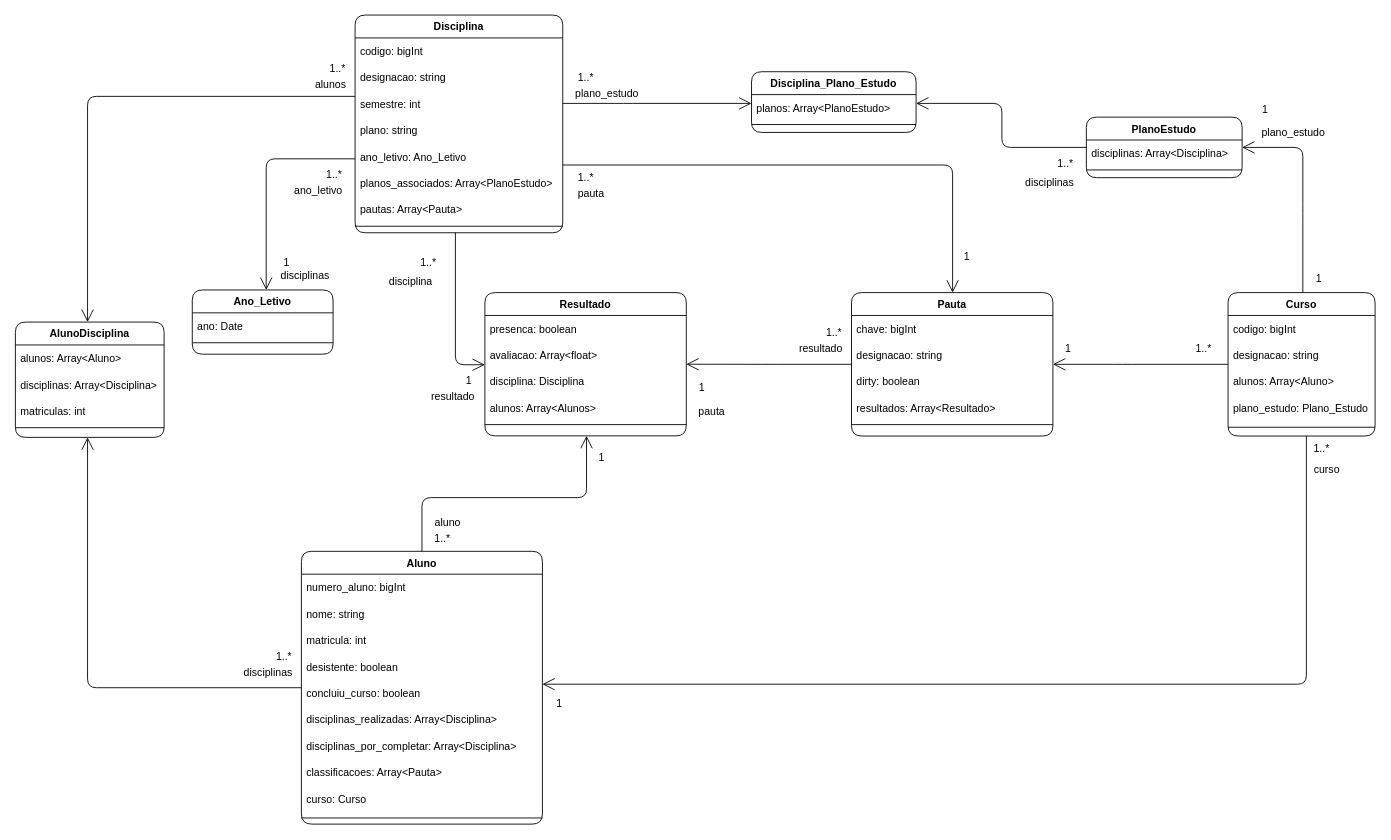
This is page "Domain" (1 of 2) of Docs/Diagrams.drawio from ruimpcastro/pweb2022, a draw.io file, before an edit. Source tidied: cells renumbered, new cells numbered last; positions are measured from the earlier drawing's top-left corner, leaving out a move shared by most shapes. Both pictures are drawn from the tidied source at 88%, with x=0, y=0 at pixel (15, 15).
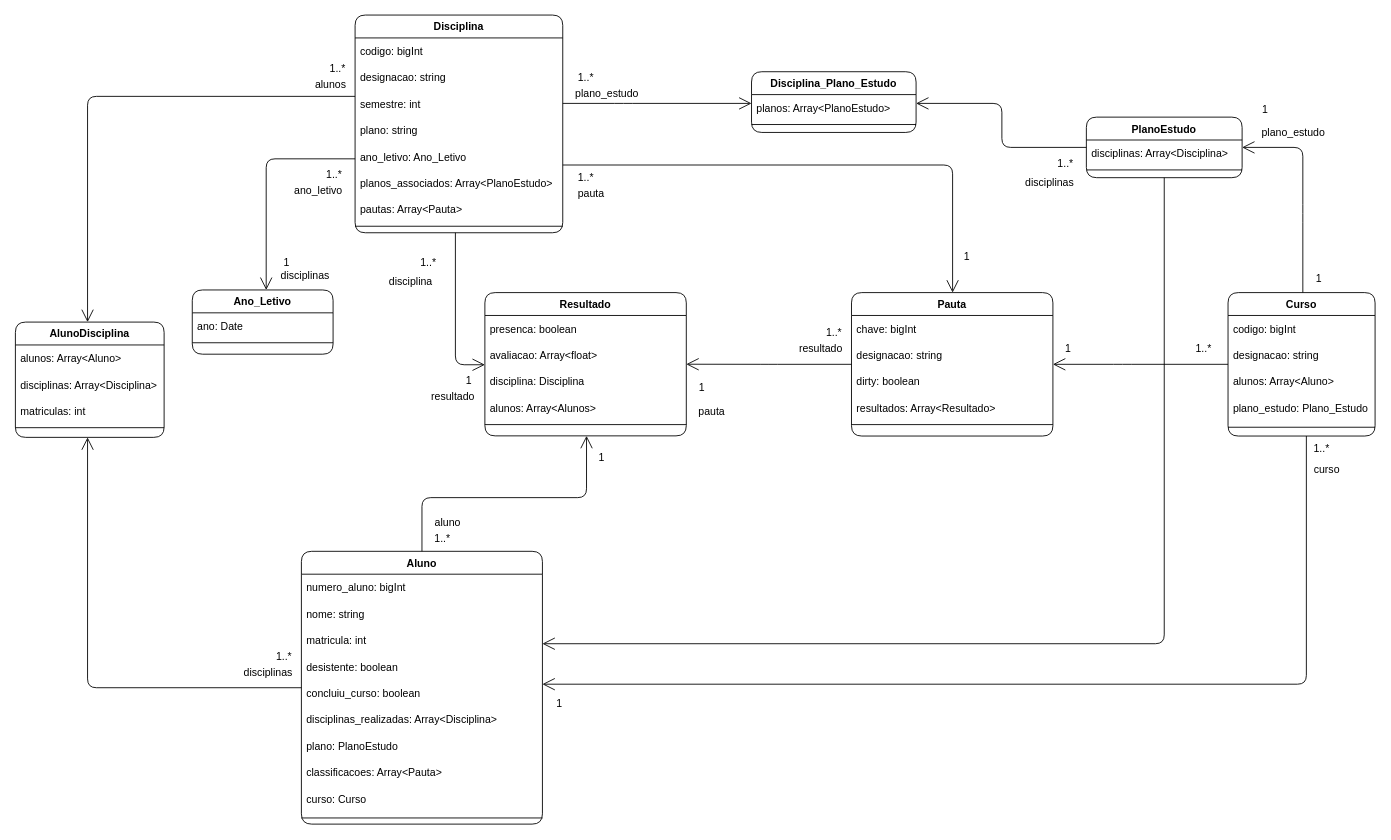
The same diagram, later.

Unchanged cells that the change refers to:
```xml
<mxCell id="2" value="Aluno" style="swimlane;fontStyle=1;align=center;verticalAlign=top;horizontal=1;startSize=26;shadow=0;strokeWidth=1;rounded=1;" parent="1" vertex="1">
  <mxGeometry x="325" y="609" width="273.9" height="310" as="geometry" />
</mxCell>
<mxCell id="28" value="PlanoEstudo" style="swimlane;fontStyle=1;align=center;verticalAlign=top;horizontal=1;startSize=26;shadow=0;strokeWidth=1;rounded=1;" parent="1" vertex="1">
  <mxGeometry x="1217" y="115.6" width="177" height="68.8" as="geometry" />
</mxCell>
```

The edit, as a diff of the source:
```diff
@@
-    <mxCell id="9" value="disciplinas_por_completar: Array&lt;Disciplina&gt;" style="text;strokeColor=none;fillColor=none;align=left;verticalAlign=middle;spacingLeft=4;spacingRight=4;overflow=hidden;rounded=1;" parent="2" vertex="1">
+    <mxCell id="9" value="plano: PlanoEstudo" style="text;strokeColor=none;fillColor=none;align=left;verticalAlign=middle;spacingLeft=4;spacingRight=4;overflow=hidden;rounded=1;" parent="2" vertex="1">
       <mxGeometry y="206" width="273.9" height="30" as="geometry" />
     </mxCell>
@@
+    <mxCell id="100" style="endArrow=open;endFill=1;endSize=12;html=1;edgeStyle=orthogonalEdgeStyle;strokeColor=default;" parent="1" edge="1" source="28" target="2">
+      <mxGeometry relative="1" as="geometry">
+        <Array as="points">
+          <mxPoint x="1306" y="714" />
+        </Array>
+      </mxGeometry>
+    </mxCell>
```
